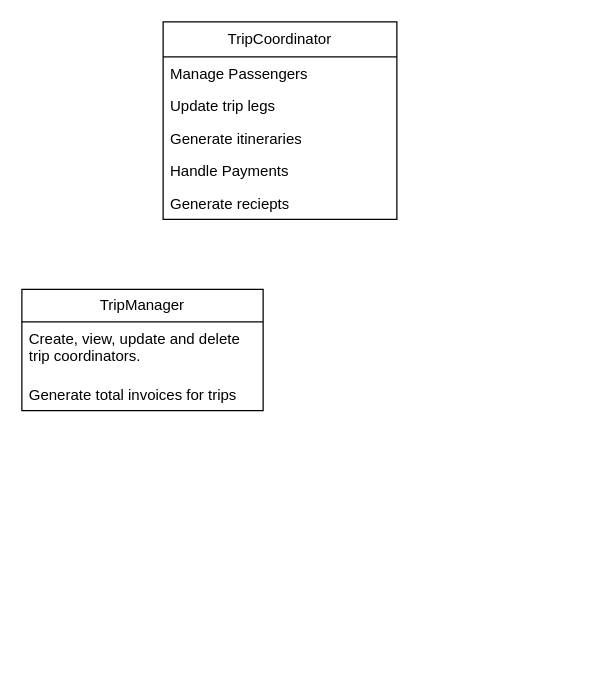
Before: class_diagram.drawio in imogenha/com714, a draw.io diagram. Source tidied: cells renumbered, new cells numbered last; positions are measured from the earlier drawing's top-left corner, leaving out a move shared by most shapes. Both pictures are drawn from the tidied source at 125%, with x=0, y=0 at pixel (21, 21).
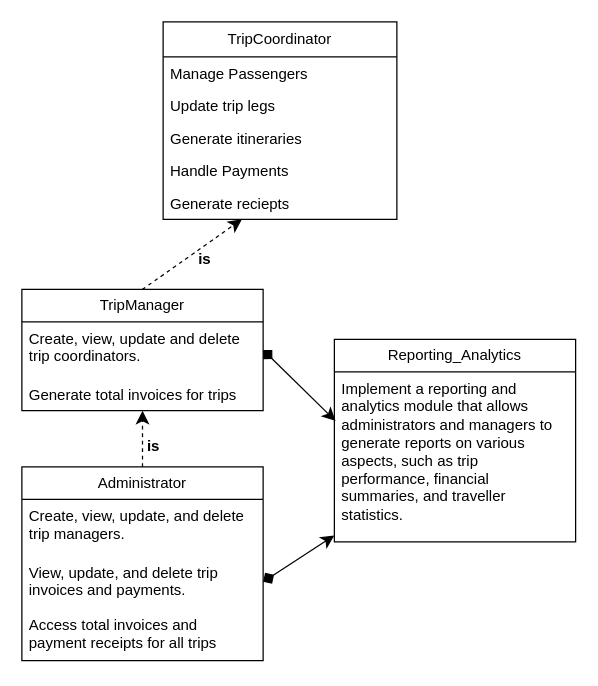
After the change.

Unchanged cells that the change refers to:
```xml
<mxCell id="7" value="Generate reciepts" style="text;strokeColor=none;fillColor=none;align=left;verticalAlign=top;spacingLeft=4;spacingRight=4;overflow=hidden;points=[[0,0.5],[1,0.5]];portConstraint=eastwest;whiteSpace=wrap;html=1;" parent="2" vertex="1">
  <mxGeometry y="132" width="187" height="26" as="geometry" />
</mxCell>
<mxCell id="8" value="TripManager" style="swimlane;fontStyle=0;horizontal=1;startSize=26;fillColor=none;whiteSpace=wrap;html=1;" parent="1" vertex="1">
  <mxGeometry y="214" width="193" height="97" as="geometry" />
</mxCell>
<mxCell id="9" value="Create, view, update and delete trip coordinators." style="text;strokeColor=none;fillColor=none;align=left;verticalAlign=top;spacingLeft=4;spacingRight=4;overflow=hidden;points=[[0,0.5],[1,0.5]];portConstraint=eastwest;whiteSpace=wrap;html=1;" parent="8" vertex="1">
  <mxGeometry y="26" width="193" height="45" as="geometry" />
</mxCell>
<mxCell id="10" value="Generate total invoices for trips" style="text;strokeColor=none;fillColor=none;align=left;verticalAlign=top;spacingLeft=4;spacingRight=4;overflow=hidden;points=[[0,0.5],[1,0.5]];portConstraint=eastwest;whiteSpace=wrap;html=1;" parent="8" vertex="1">
  <mxGeometry y="71" width="193" height="26" as="geometry" />
</mxCell>
```

Diff of the diagram source:
```diff
@@
+    <mxCell id="11" style="edgeStyle=none;curved=1;rounded=0;jettySize=auto;html=1;exitX=0.5;exitY=0;exitDx=0;exitDy=0;entryX=0.337;entryY=1;entryDx=0;entryDy=0;entryPerimeter=0;fontSize=12;startSize=8;endSize=8;dashed=1;" parent="1" edge="1" source="8" target="7">
+      <mxGeometry relative="1" as="geometry" />
+    </mxCell>
+    <mxCell id="12" value="is" style="text;align=center;fontStyle=1;verticalAlign=middle;spacingLeft=3;spacingRight=3;strokeColor=none;html=1;" parent="1" vertex="1">
+      <mxGeometry x="106" y="177" width="80" height="26" as="geometry" />
+    </mxCell>
+    <mxCell id="13" style="edgeStyle=none;curved=1;rounded=0;jettySize=auto;html=1;exitX=0.5;exitY=0;exitDx=0;exitDy=0;fontSize=12;startSize=8;endSize=8;dashed=1;" parent="1" edge="1" source="14" target="10">
+      <mxGeometry relative="1" as="geometry" />
+    </mxCell>
+    <mxCell id="14" value="Administrator" style="swimlane;fontStyle=0;horizontal=1;startSize=26;fillColor=none;whiteSpace=wrap;html=1;" parent="1" vertex="1">
+      <mxGeometry y="356" width="193" height="155" as="geometry" />
+    </mxCell>
+    <mxCell id="15" value="Create, view, update, and delete trip managers." style="text;strokeColor=none;fillColor=none;align=left;verticalAlign=top;spacingLeft=4;spacingRight=4;overflow=hidden;points=[[0,0.5],[1,0.5]];portConstraint=eastwest;whiteSpace=wrap;html=1;" parent="14" vertex="1">
+      <mxGeometry y="26" width="193" height="45" as="geometry" />
+    </mxCell>
+    <mxCell id="16" value="View, update, and delete trip invoices and payments." style="text;strokeColor=none;fillColor=none;align=left;verticalAlign=top;spacingLeft=4;spacingRight=4;overflow=hidden;points=[[0,0.5],[1,0.5]];portConstraint=eastwest;whiteSpace=wrap;html=1;" parent="14" vertex="1">
+      <mxGeometry y="71" width="193" height="42" as="geometry" />
+    </mxCell>
+    <mxCell id="17" value="Access total invoices and payment receipts for all trips" style="text;strokeColor=none;fillColor=none;align=left;verticalAlign=top;spacingLeft=4;spacingRight=4;overflow=hidden;whiteSpace=wrap;html=1;" parent="14" vertex="1">
+      <mxGeometry y="113" width="193" height="42" as="geometry" />
+    </mxCell>
+    <mxCell id="18" value="is" style="text;align=center;fontStyle=1;verticalAlign=middle;spacingLeft=3;spacingRight=3;strokeColor=none;html=1;" parent="1" vertex="1">
+      <mxGeometry x="65" y="327" width="80" height="26" as="geometry" />
+    </mxCell>
+    <mxCell id="19" value="Reporting_Analytics" style="swimlane;fontStyle=0;horizontal=1;startSize=26;fillColor=none;whiteSpace=wrap;html=1;" parent="1" vertex="1">
+      <mxGeometry x="250" y="254" width="193" height="162" as="geometry" />
+    </mxCell>
+    <mxCell id="20" value="Implement a reporting and analytics module that allows administrators and managers to generate reports on various aspects, such as trip performance, financial summaries, and traveller statistics." style="text;strokeColor=none;fillColor=none;align=left;verticalAlign=top;spacingLeft=4;spacingRight=4;overflow=hidden;points=[[0,0.5],[1,0.5]];portConstraint=eastwest;whiteSpace=wrap;html=1;" parent="19" vertex="1">
+      <mxGeometry y="26" width="193" height="136" as="geometry" />
+    </mxCell>
+    <mxCell id="21" style="edgeStyle=none;curved=1;rounded=0;jettySize=auto;html=1;exitX=1;exitY=0.5;exitDx=0;exitDy=0;entryX=0.005;entryY=0.095;entryDx=0;entryDy=0;entryPerimeter=0;fontSize=12;startSize=8;endSize=8;startArrow=diamond;startFill=1;" parent="1" edge="1" source="15">
+      <mxGeometry relative="1" as="geometry" />
+    </mxCell>
+    <mxCell id="22" style="edgeStyle=none;curved=1;rounded=0;jettySize=auto;html=1;exitX=1;exitY=0.5;exitDx=0;exitDy=0;entryX=0.005;entryY=0.289;entryDx=0;entryDy=0;entryPerimeter=0;fontSize=12;startSize=8;endSize=8;startArrow=diamond;startFill=1;" parent="1" edge="1" source="9" target="20">
+      <mxGeometry relative="1" as="geometry" />
+    </mxCell>
+    <mxCell id="23" style="edgeStyle=none;curved=1;rounded=0;jettySize=auto;html=1;exitX=1;exitY=0.5;exitDx=0;exitDy=0;fontSize=12;startSize=8;endSize=8;startArrow=diamond;startFill=1;" parent="1" edge="1" source="16" target="20">
+      <mxGeometry relative="1" as="geometry" />
+    </mxCell>
```
